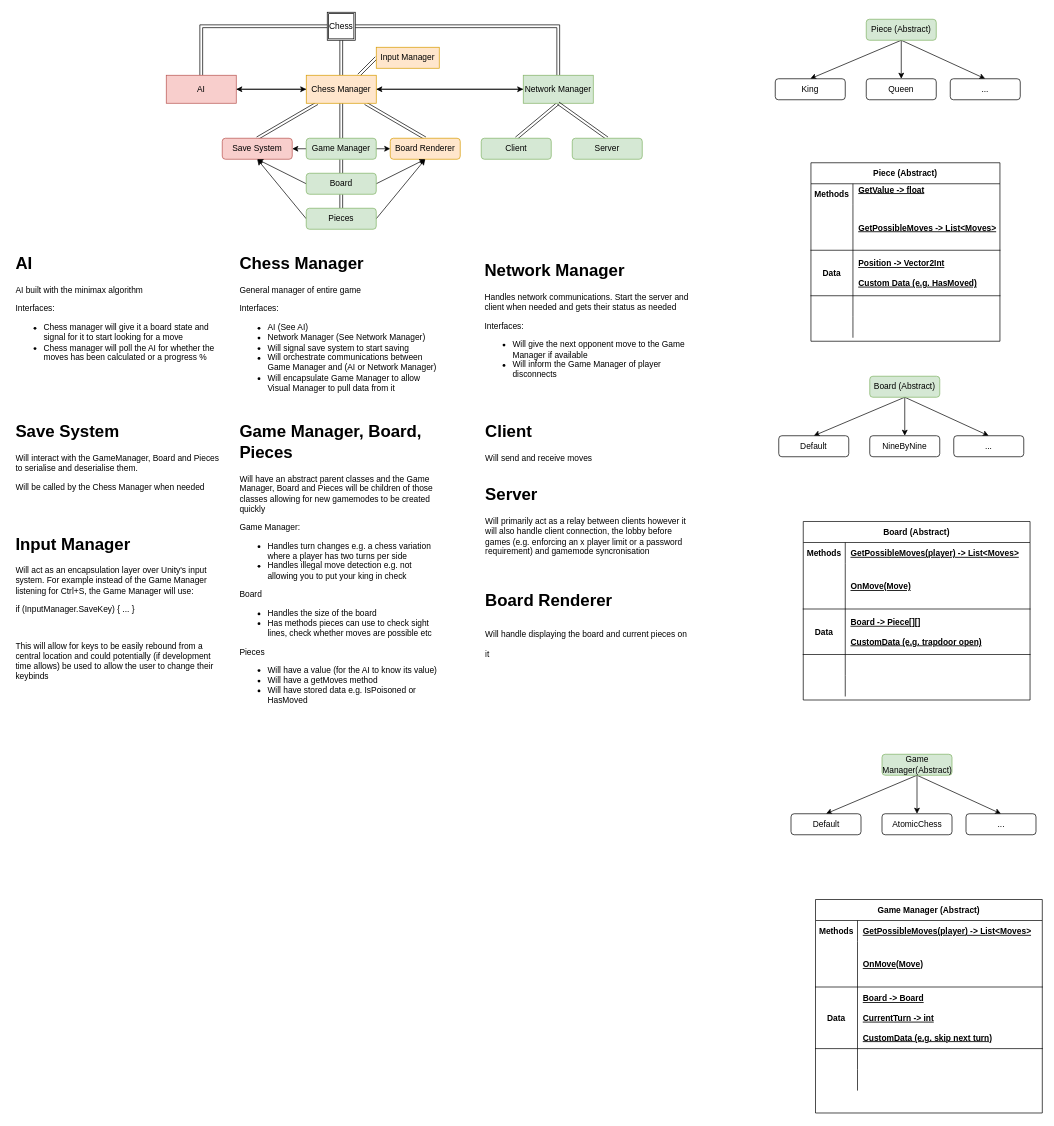
Before: page "Overview" (1 of 5) of Plan Diagram (draw.io).drawio in Robert-M-Lucas/NEA, a draw.io diagram. Source tidied: cells renumbered, new cells numbered last; positions are measured from the earlier drawing's top-left corner, leaving out a move shared by most shapes. Both pictures are drawn from the tidied source at 70%, with x=0, y=0 at pixel (12, 12).
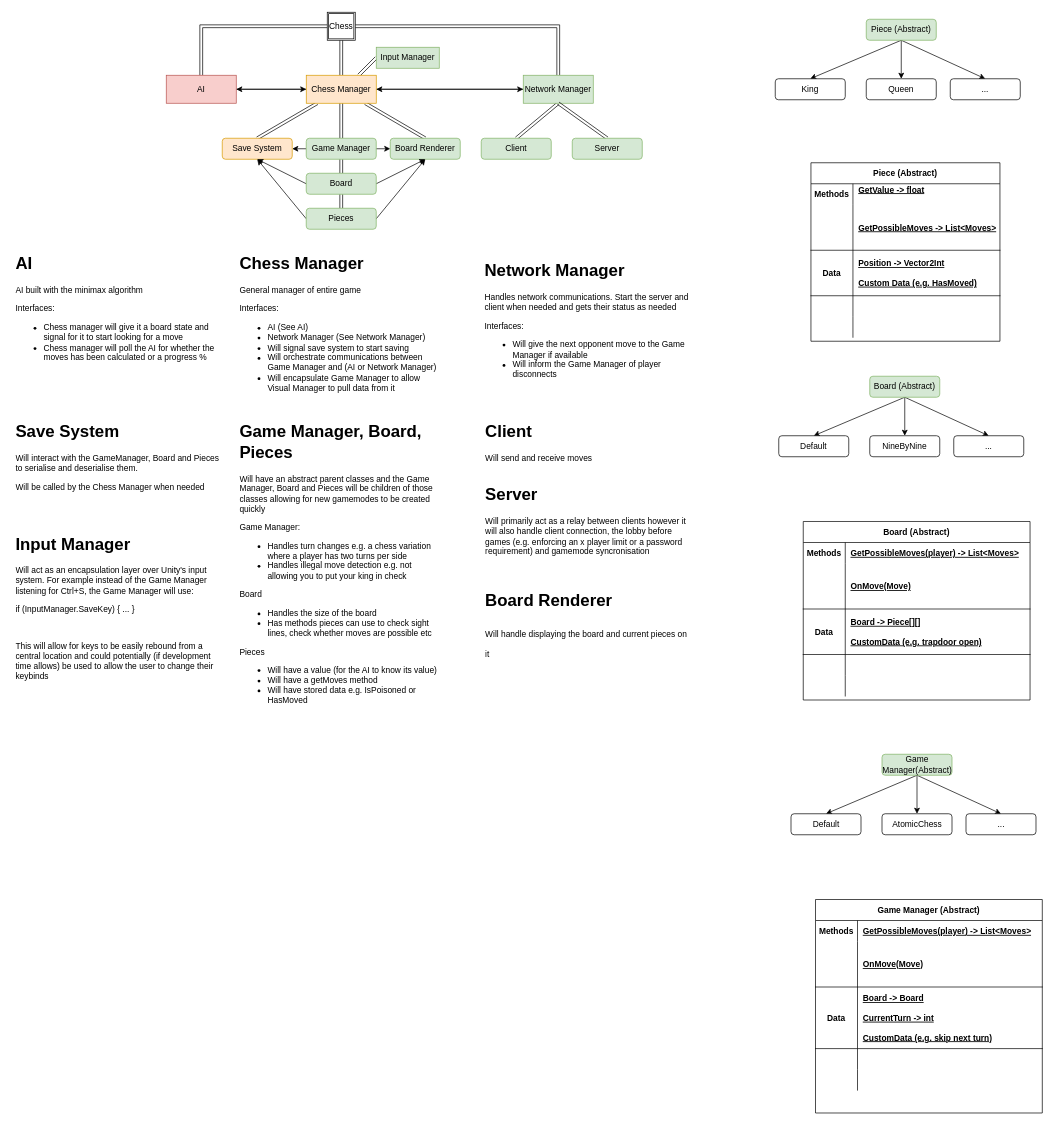
The same diagram, later.

The edit, as a diff of the source:
```diff
@@
-    <mxCell id="22" value="Save System" style="rounded=1;whiteSpace=wrap;html=1;fillColor=#f8cecc;strokeColor=#b85450;" parent="1" vertex="1">
+    <mxCell id="22" value="Save System" style="rounded=1;whiteSpace=wrap;html=1;fillColor=#ffe6cc;strokeColor=#d79b00;" parent="1" vertex="1">
       <mxGeometry x="300" y="180" width="100" height="30" as="geometry" />
     </mxCell>
-    <mxCell id="23" value="Board Renderer" style="rounded=1;whiteSpace=wrap;html=1;fillColor=#ffe6cc;strokeColor=#d79b00;" parent="1" vertex="1">
+    <mxCell id="23" value="Board Renderer" style="rounded=1;whiteSpace=wrap;html=1;fillColor=#d5e8d4;strokeColor=#82b366;" parent="1" vertex="1">
       <mxGeometry x="540" y="180" width="100" height="30" as="geometry" />
     </mxCell>
@@
-    <mxCell id="42" value="Input Manager" style="rounded=0;whiteSpace=wrap;html=1;fillColor=#ffe6cc;strokeColor=#d79b00;" parent="1" vertex="1">
+    <mxCell id="42" value="Input Manager" style="rounded=0;whiteSpace=wrap;html=1;fillColor=#d5e8d4;strokeColor=#82b366;" parent="1" vertex="1">
       <mxGeometry x="520" y="50" width="90" height="30" as="geometry" />
     </mxCell>
```
